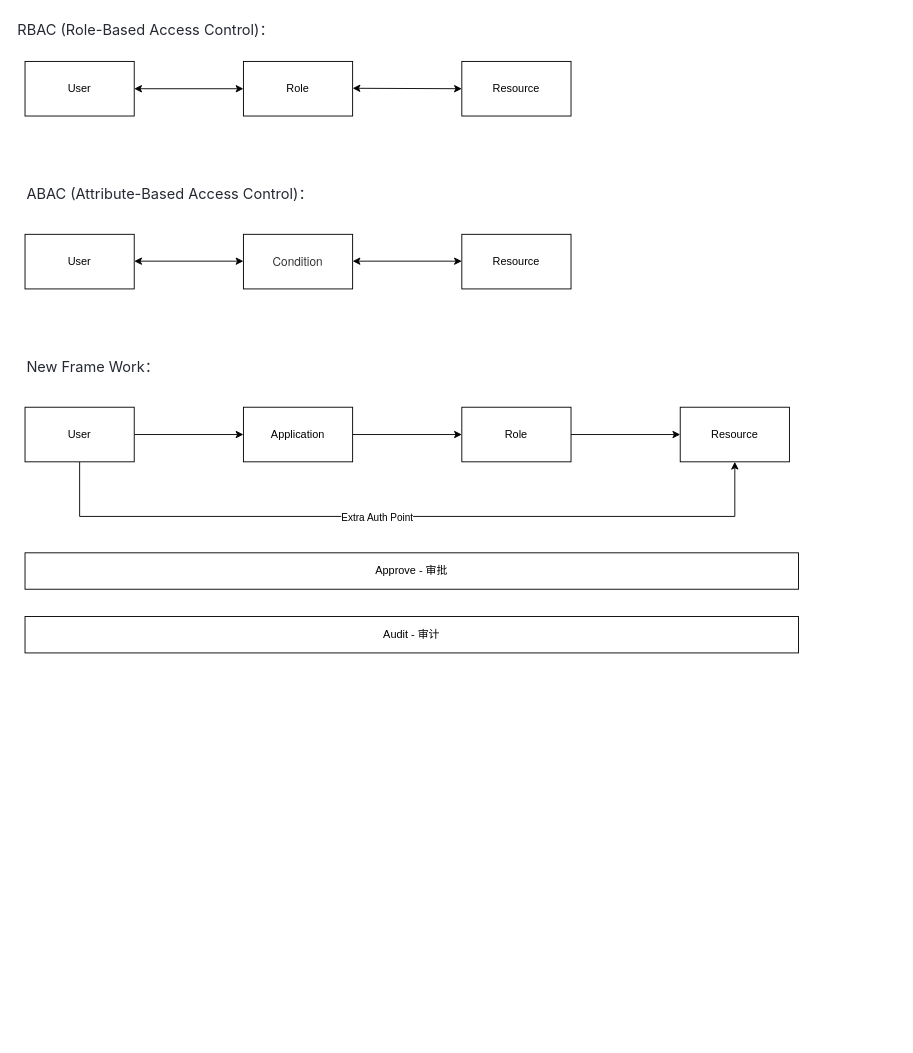
Jooolee/my-drawio keeps this draw.io diagram as AuthManage.drawio. Above is the earlier version. Source tidied: cells renumbered, new cells numbered last; positions are measured from the earlier drawing's top-left corner, leaving out a move shared by most shapes. Both pictures are drawn from the tidied source at 91%, with x=0, y=0 at pixel (15, 15).
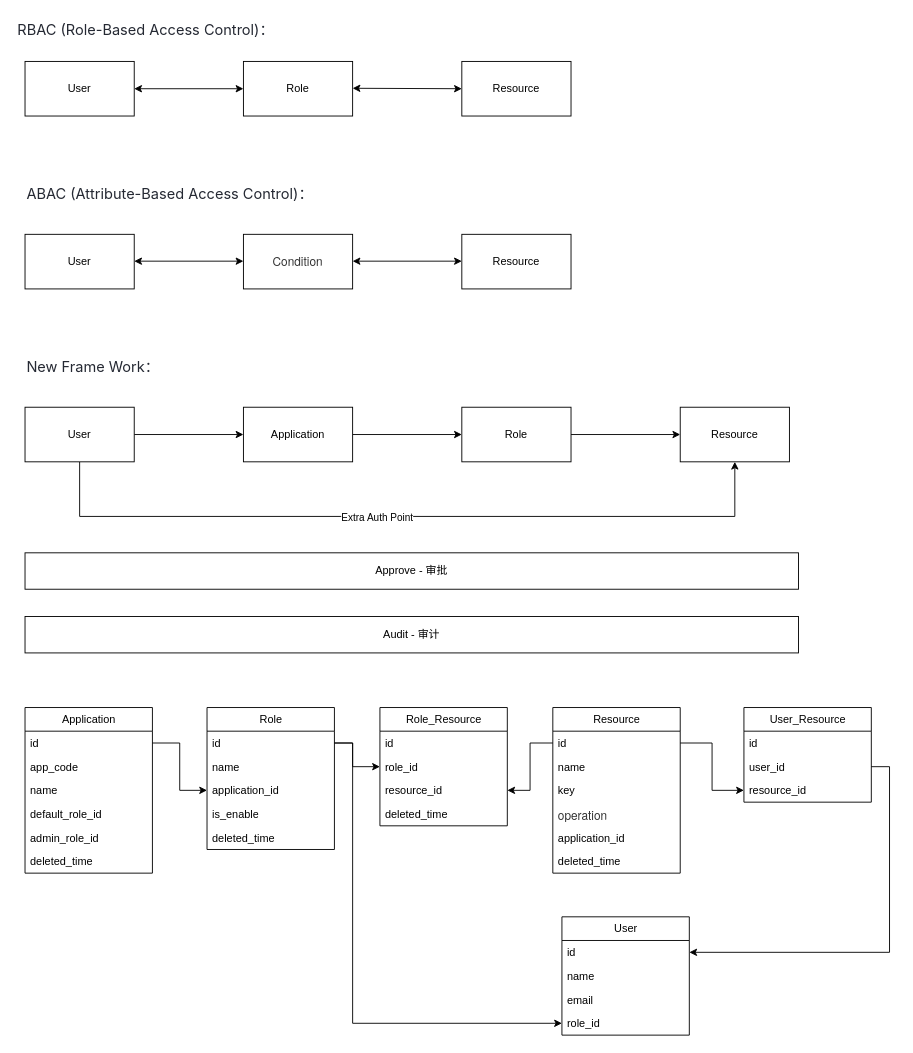
The same diagram, later.

Commit message:
更新AuthManage database

What changed in the source:
```diff
@@
+    <mxCell id="26" value="Application" style="swimlane;fontStyle=0;horizontal=1;startSize=26;fillColor=none;html=1;" parent="1" vertex="1">
+      <mxGeometry x="10" y="760" width="140" height="182" as="geometry" />
+    </mxCell>
+    <mxCell id="27" value="id" style="text;strokeColor=none;fillColor=none;align=left;verticalAlign=top;spacingLeft=4;spacingRight=4;overflow=hidden;points=[[0,0.5],[1,0.5]];portConstraint=eastwest;whiteSpace=wrap;html=1;" parent="26" vertex="1">
+      <mxGeometry y="26" width="140" height="26" as="geometry" />
+    </mxCell>
+    <mxCell id="28" value="app_code" style="text;strokeColor=none;fillColor=none;align=left;verticalAlign=top;spacingLeft=4;spacingRight=4;overflow=hidden;whiteSpace=wrap;html=1;" parent="26" vertex="1">
+      <mxGeometry y="52" width="140" height="26" as="geometry" />
+    </mxCell>
+    <mxCell id="29" value="name" style="text;strokeColor=none;fillColor=none;align=left;verticalAlign=top;spacingLeft=4;spacingRight=4;overflow=hidden;whiteSpace=wrap;html=1;" parent="26" vertex="1">
+      <mxGeometry y="78" width="140" height="26" as="geometry" />
+    </mxCell>
+    <mxCell id="30" value="default_role_id" style="text;strokeColor=none;fillColor=none;align=left;verticalAlign=top;spacingLeft=4;spacingRight=4;overflow=hidden;whiteSpace=wrap;html=1;" parent="26" vertex="1">
+      <mxGeometry y="104" width="140" height="26" as="geometry" />
+    </mxCell>
+    <mxCell id="31" value="admin_role_id" style="text;strokeColor=none;fillColor=none;align=left;verticalAlign=top;spacingLeft=4;spacingRight=4;overflow=hidden;whiteSpace=wrap;html=1;" parent="26" vertex="1">
+      <mxGeometry y="130" width="140" height="26" as="geometry" />
+    </mxCell>
+    <mxCell id="32" value="deleted_time" style="text;strokeColor=none;fillColor=none;align=left;verticalAlign=top;spacingLeft=4;spacingRight=4;overflow=hidden;whiteSpace=wrap;html=1;" parent="26" vertex="1">
+      <mxGeometry y="156" width="140" height="26" as="geometry" />
+    </mxCell>
+    <mxCell id="33" value="Role" style="swimlane;fontStyle=0;horizontal=1;startSize=26;fillColor=none;html=1;" parent="1" vertex="1">
+      <mxGeometry x="210" y="760" width="140" height="156" as="geometry" />
+    </mxCell>
+    <mxCell id="34" value="id" style="text;strokeColor=none;fillColor=none;align=left;verticalAlign=top;spacingLeft=4;spacingRight=4;overflow=hidden;points=[[0,0.5],[1,0.5]];portConstraint=eastwest;whiteSpace=wrap;html=1;" parent="33" vertex="1">
+      <mxGeometry y="26" width="140" height="26" as="geometry" />
+    </mxCell>
+    <mxCell id="35" value="name" style="text;strokeColor=none;fillColor=none;align=left;verticalAlign=top;spacingLeft=4;spacingRight=4;overflow=hidden;whiteSpace=wrap;html=1;" parent="33" vertex="1">
+      <mxGeometry y="52" width="140" height="26" as="geometry" />
+    </mxCell>
+    <mxCell id="36" value="application_id" style="text;strokeColor=none;fillColor=none;align=left;verticalAlign=top;spacingLeft=4;spacingRight=4;overflow=hidden;points=[[0,0.5],[1,0.5]];portConstraint=eastwest;whiteSpace=wrap;html=1;" parent="33" vertex="1">
+      <mxGeometry y="78" width="140" height="26" as="geometry" />
+    </mxCell>
+    <mxCell id="37" value="is_enable" style="text;strokeColor=none;fillColor=none;align=left;verticalAlign=top;spacingLeft=4;spacingRight=4;overflow=hidden;whiteSpace=wrap;html=1;" parent="33" vertex="1">
+      <mxGeometry y="104" width="140" height="26" as="geometry" />
+    </mxCell>
+    <mxCell id="38" value="deleted_time" style="text;strokeColor=none;fillColor=none;align=left;verticalAlign=top;spacingLeft=4;spacingRight=4;overflow=hidden;whiteSpace=wrap;html=1;" parent="33" vertex="1">
+      <mxGeometry y="130" width="140" height="26" as="geometry" />
+    </mxCell>
+    <mxCell id="39" value="Resource" style="swimlane;fontStyle=0;horizontal=1;startSize=26;fillColor=none;html=1;" parent="1" vertex="1">
+      <mxGeometry x="590" y="760" width="140" height="182" as="geometry" />
+    </mxCell>
+    <mxCell id="40" value="id" style="text;strokeColor=none;fillColor=none;align=left;verticalAlign=top;spacingLeft=4;spacingRight=4;overflow=hidden;points=[[0,0.5],[1,0.5]];portConstraint=eastwest;whiteSpace=wrap;html=1;" parent="39" vertex="1">
+      <mxGeometry y="26" width="140" height="26" as="geometry" />
+    </mxCell>
+    <mxCell id="41" value="name" style="text;strokeColor=none;fillColor=none;align=left;verticalAlign=top;spacingLeft=4;spacingRight=4;overflow=hidden;whiteSpace=wrap;html=1;" parent="39" vertex="1">
+      <mxGeometry y="52" width="140" height="26" as="geometry" />
+    </mxCell>
+    <mxCell id="42" value="key" style="text;strokeColor=none;fillColor=none;align=left;verticalAlign=top;spacingLeft=4;spacingRight=4;overflow=hidden;whiteSpace=wrap;html=1;" parent="39" vertex="1">
+      <mxGeometry y="78" width="140" height="26" as="geometry" />
+    </mxCell>
+    <mxCell id="43" value="&lt;span style=&quot;color: rgb(51, 51, 51); font-family: &amp;quot;Helvetica Neue&amp;quot;, Helvetica, Arial, &amp;quot;Hiragino Sans GB&amp;quot;, &amp;quot;Hiragino Sans GB W3&amp;quot;, &amp;quot;Microsoft YaHei UI&amp;quot;, &amp;quot;Microsoft YaHei&amp;quot;, sans-serif; font-size: 13px; background-color: rgb(255, 255, 255);&quot;&gt;operation&lt;/span&gt;" style="text;strokeColor=none;fillColor=none;align=left;verticalAlign=top;spacingLeft=4;spacingRight=4;overflow=hidden;whiteSpace=wrap;html=1;" parent="39" vertex="1">
+      <mxGeometry y="104" width="140" height="26" as="geometry" />
+    </mxCell>
+    <mxCell id="44" value="application_id" style="text;strokeColor=none;fillColor=none;align=left;verticalAlign=top;spacingLeft=4;spacingRight=4;overflow=hidden;whiteSpace=wrap;html=1;" parent="39" vertex="1">
+      <mxGeometry y="130" width="140" height="26" as="geometry" />
+    </mxCell>
+    <mxCell id="45" value="deleted_time" style="text;strokeColor=none;fillColor=none;align=left;verticalAlign=top;spacingLeft=4;spacingRight=4;overflow=hidden;whiteSpace=wrap;html=1;" parent="39" vertex="1">
+      <mxGeometry y="156" width="140" height="26" as="geometry" />
+    </mxCell>
+    <mxCell id="46" value="User" style="swimlane;fontStyle=0;horizontal=1;startSize=26;fillColor=none;html=1;" parent="1" vertex="1">
+      <mxGeometry x="600" y="990" width="140" height="130" as="geometry" />
+    </mxCell>
+    <mxCell id="47" value="id" style="text;strokeColor=none;fillColor=none;align=left;verticalAlign=top;spacingLeft=4;spacingRight=4;overflow=hidden;points=[[0,0.5],[1,0.5]];portConstraint=eastwest;whiteSpace=wrap;html=1;" parent="46" vertex="1">
+      <mxGeometry y="26" width="140" height="26" as="geometry" />
+    </mxCell>
+    <mxCell id="48" value="name" style="text;strokeColor=none;fillColor=none;align=left;verticalAlign=top;spacingLeft=4;spacingRight=4;overflow=hidden;whiteSpace=wrap;html=1;" parent="46" vertex="1">
+      <mxGeometry y="52" width="140" height="26" as="geometry" />
+    </mxCell>
+    <mxCell id="49" value="email" style="text;strokeColor=none;fillColor=none;align=left;verticalAlign=top;spacingLeft=4;spacingRight=4;overflow=hidden;whiteSpace=wrap;html=1;" parent="46" vertex="1">
+      <mxGeometry y="78" width="140" height="26" as="geometry" />
+    </mxCell>
+    <mxCell id="50" value="role_id" style="text;strokeColor=none;fillColor=none;align=left;verticalAlign=top;spacingLeft=4;spacingRight=4;overflow=hidden;points=[[0,0.5],[1,0.5]];portConstraint=eastwest;whiteSpace=wrap;html=1;" parent="46" vertex="1">
+      <mxGeometry y="104" width="140" height="26" as="geometry" />
+    </mxCell>
+    <mxCell id="51" value="Role_Resource" style="swimlane;fontStyle=0;horizontal=1;startSize=26;fillColor=none;html=1;" parent="1" vertex="1">
+      <mxGeometry x="400" y="760" width="140" height="130" as="geometry" />
+    </mxCell>
+    <mxCell id="52" value="id" style="text;strokeColor=none;fillColor=none;align=left;verticalAlign=top;spacingLeft=4;spacingRight=4;overflow=hidden;whiteSpace=wrap;html=1;" parent="51" vertex="1">
+      <mxGeometry y="26" width="140" height="26" as="geometry" />
+    </mxCell>
+    <mxCell id="53" value="role_id" style="text;strokeColor=none;fillColor=none;align=left;verticalAlign=top;spacingLeft=4;spacingRight=4;overflow=hidden;points=[[0,0.5],[1,0.5]];portConstraint=eastwest;whiteSpace=wrap;html=1;" parent="51" vertex="1">
+      <mxGeometry y="52" width="140" height="26" as="geometry" />
+    </mxCell>
+    <mxCell id="54" value="resource_id" style="text;strokeColor=none;fillColor=none;align=left;verticalAlign=top;spacingLeft=4;spacingRight=4;overflow=hidden;points=[[0,0.5],[1,0.5]];portConstraint=eastwest;whiteSpace=wrap;html=1;" parent="51" vertex="1">
+      <mxGeometry y="78" width="140" height="26" as="geometry" />
+    </mxCell>
+    <mxCell id="55" value="deleted_time" style="text;strokeColor=none;fillColor=none;align=left;verticalAlign=top;spacingLeft=4;spacingRight=4;overflow=hidden;whiteSpace=wrap;html=1;" parent="51" vertex="1">
+      <mxGeometry y="104" width="140" height="26" as="geometry" />
+    </mxCell>
+    <mxCell id="56" style="edgeStyle=orthogonalEdgeStyle;rounded=0;jettySize=auto;html=1;exitX=1;exitY=0.5;exitDx=0;exitDy=0;entryX=0;entryY=0.5;entryDx=0;entryDy=0;" parent="1" edge="1" source="27" target="36">
+      <mxGeometry relative="1" as="geometry" />
+    </mxCell>
+    <mxCell id="57" style="edgeStyle=orthogonalEdgeStyle;rounded=0;jettySize=auto;html=1;exitX=1;exitY=0.5;exitDx=0;exitDy=0;entryX=0;entryY=0.5;entryDx=0;entryDy=0;" parent="1" edge="1" source="34" target="53">
+      <mxGeometry relative="1" as="geometry">
+        <Array as="points">
+          <mxPoint x="370" y="799" />
+          <mxPoint x="370" y="825" />
+        </Array>
+      </mxGeometry>
+    </mxCell>
+    <mxCell id="58" style="edgeStyle=orthogonalEdgeStyle;rounded=0;jettySize=auto;html=1;exitX=0;exitY=0.5;exitDx=0;exitDy=0;entryX=1;entryY=0.5;entryDx=0;entryDy=0;" parent="1" edge="1" source="40" target="54">
+      <mxGeometry relative="1" as="geometry" />
+    </mxCell>
+    <mxCell id="59" value="User_Resource" style="swimlane;fontStyle=0;horizontal=1;startSize=26;fillColor=none;html=1;" parent="1" vertex="1">
+      <mxGeometry x="800" y="760" width="140" height="104" as="geometry" />
+    </mxCell>
+    <mxCell id="60" value="id" style="text;strokeColor=none;fillColor=none;align=left;verticalAlign=top;spacingLeft=4;spacingRight=4;overflow=hidden;whiteSpace=wrap;html=1;" parent="59" vertex="1">
+      <mxGeometry y="26" width="140" height="26" as="geometry" />
+    </mxCell>
+    <mxCell id="61" value="user_id" style="text;strokeColor=none;fillColor=none;align=left;verticalAlign=top;spacingLeft=4;spacingRight=4;overflow=hidden;points=[[0,0.5],[1,0.5]];portConstraint=eastwest;whiteSpace=wrap;html=1;" parent="59" vertex="1">
+      <mxGeometry y="52" width="140" height="26" as="geometry" />
+    </mxCell>
+    <mxCell id="62" value="resource_id" style="text;strokeColor=none;fillColor=none;align=left;verticalAlign=top;spacingLeft=4;spacingRight=4;overflow=hidden;points=[[0,0.5],[1,0.5]];portConstraint=eastwest;whiteSpace=wrap;html=1;" parent="59" vertex="1">
+      <mxGeometry y="78" width="140" height="26" as="geometry" />
+    </mxCell>
+    <mxCell id="63" style="edgeStyle=orthogonalEdgeStyle;rounded=0;jettySize=auto;html=1;exitX=1;exitY=0.5;exitDx=0;exitDy=0;entryX=0;entryY=0.5;entryDx=0;entryDy=0;" parent="1" edge="1" source="34" target="50">
+      <mxGeometry relative="1" as="geometry">
+        <Array as="points">
+          <mxPoint x="370" y="799" />
+          <mxPoint x="370" y="1107" />
+        </Array>
+      </mxGeometry>
+    </mxCell>
+    <mxCell id="64" style="edgeStyle=orthogonalEdgeStyle;rounded=0;jettySize=auto;html=1;exitX=1;exitY=0.5;exitDx=0;exitDy=0;entryX=0;entryY=0.5;entryDx=0;entryDy=0;" parent="1" edge="1" source="40" target="62">
+      <mxGeometry relative="1" as="geometry" />
+    </mxCell>
+    <mxCell id="65" style="edgeStyle=orthogonalEdgeStyle;rounded=0;jettySize=auto;html=1;exitX=1;exitY=0.5;exitDx=0;exitDy=0;entryX=1;entryY=0.5;entryDx=0;entryDy=0;" parent="1" edge="1" source="61" target="47">
+      <mxGeometry relative="1" as="geometry" />
+    </mxCell>
```
